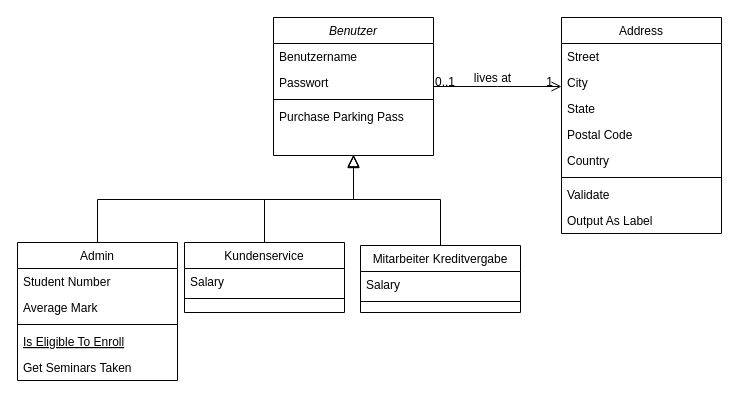
Above: page "Technischer Entwurf" (5 of 5) of Datenmodell.drawio in JaSc2912/VerteilteAnwendungen (draw.io), before the change. Source tidied: cells renumbered, new cells numbered last; positions are measured from the earlier drawing's top-left corner, leaving out a move shared by most shapes. Both pictures are drawn from the tidied source at 100%, with x=0, y=0 at pixel (17, 17).
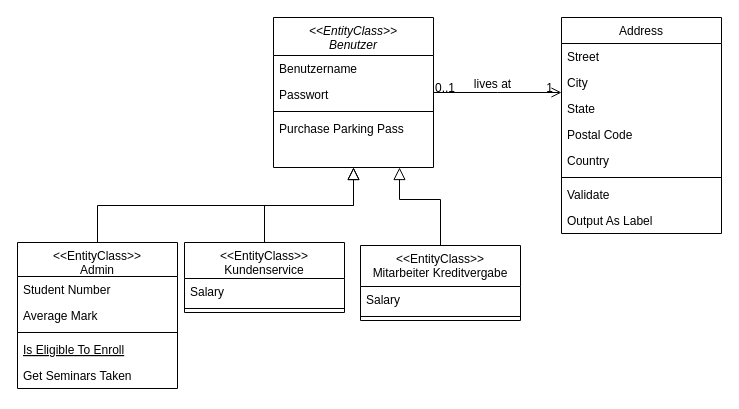
Above is the later version.

Diff of the diagram source:
```diff
@@
-    <mxCell id="2" value="Benutzer" style="swimlane;fontStyle=2;align=center;verticalAlign=top;horizontal=1;startSize=26;rounded=0;shadow=0;strokeWidth=1;" parent="1" vertex="1">
-      <mxGeometry x="256" width="160" height="138" as="geometry" />
+    <mxCell id="2" value="&lt;&lt;EntityClass&gt;&gt;&#10;Benutzer" style="swimlane;fontStyle=2;align=center;verticalAlign=top;horizontal=1;startSize=38;rounded=0;shadow=0;strokeWidth=1;" parent="1" vertex="1">
+      <mxGeometry x="256" width="160" height="150" as="geometry" />
     </mxCell>
     <mxCell id="3" value="Benutzername" style="text;align=left;verticalAlign=top;spacingLeft=4;spacingRight=4;overflow=hidden;" parent="2" vertex="1">
-      <mxGeometry y="26" width="160" height="26" as="geometry" />
+      <mxGeometry y="38" width="160" height="26" as="geometry" />
     </mxCell>
     <mxCell id="4" value="Passwort" style="text;align=left;verticalAlign=top;spacingLeft=4;spacingRight=4;overflow=hidden;rounded=0;shadow=0;html=0;" parent="2" vertex="1">
-      <mxGeometry y="52" width="160" height="26" as="geometry" />
+      <mxGeometry y="64" width="160" height="26" as="geometry" />
     </mxCell>
     <mxCell id="5" style="line;html=1;strokeWidth=1;align=left;verticalAlign=middle;spacingTop=-1;spacingLeft=3;spacingRight=3;labelPosition=right;" parent="2" vertex="1">
-      <mxGeometry y="78" width="160" height="8" as="geometry" />
+      <mxGeometry y="90" width="160" height="8" as="geometry" />
     </mxCell>
     <mxCell id="6" value="Purchase Parking Pass" style="text;align=left;verticalAlign=top;spacingLeft=4;spacingRight=4;overflow=hidden;" parent="2" vertex="1">
-      <mxGeometry y="86" width="160" height="26" as="geometry" />
+      <mxGeometry y="98" width="160" height="26" as="geometry" />
     </mxCell>
-    <mxCell id="7" value="Admin" style="swimlane;fontStyle=0;align=center;verticalAlign=top;horizontal=1;startSize=26;rounded=0;shadow=0;strokeWidth=1;" parent="1" vertex="1">
-      <mxGeometry y="225" width="160" height="138" as="geometry" />
+    <mxCell id="7" value="&lt;&lt;EntityClass&gt;&gt;&#10;Admin" style="swimlane;fontStyle=0;align=center;verticalAlign=top;horizontal=1;startSize=34;rounded=0;shadow=0;strokeWidth=1;" parent="1" vertex="1">
+      <mxGeometry y="225" width="160" height="146" as="geometry" />
     </mxCell>
     <mxCell id="8" value="Student Number" style="text;align=left;verticalAlign=top;spacingLeft=4;spacingRight=4;overflow=hidden;" parent="7" vertex="1">
-      <mxGeometry y="26" width="160" height="26" as="geometry" />
+      <mxGeometry y="34" width="160" height="26" as="geometry" />
     </mxCell>
     <mxCell id="9" value="Average Mark" style="text;align=left;verticalAlign=top;spacingLeft=4;spacingRight=4;overflow=hidden;rounded=0;shadow=0;html=0;" parent="7" vertex="1">
-      <mxGeometry y="52" width="160" height="26" as="geometry" />
+      <mxGeometry y="60" width="160" height="26" as="geometry" />
     </mxCell>
     <mxCell id="10" style="line;html=1;strokeWidth=1;align=left;verticalAlign=middle;spacingTop=-1;spacingLeft=3;spacingRight=3;labelPosition=right;" parent="7" vertex="1">
-      <mxGeometry y="78" width="160" height="8" as="geometry" />
+      <mxGeometry y="86" width="160" height="8" as="geometry" />
     </mxCell>
     <mxCell id="11" value="Is Eligible To Enroll" style="text;align=left;verticalAlign=top;spacingLeft=4;spacingRight=4;overflow=hidden;fontStyle=4;" parent="7" vertex="1">
-      <mxGeometry y="86" width="160" height="26" as="geometry" />
+      <mxGeometry y="94" width="160" height="26" as="geometry" />
     </mxCell>
     <mxCell id="12" value="Get Seminars Taken" style="text;align=left;verticalAlign=top;spacingLeft=4;spacingRight=4;overflow=hidden;" parent="7" vertex="1">
-      <mxGeometry y="112" width="160" height="26" as="geometry" />
+      <mxGeometry y="120" width="160" height="26" as="geometry" />
     </mxCell>
@@
-    <mxCell id="14" value="Kundenservice" style="swimlane;fontStyle=0;align=center;verticalAlign=top;horizontal=1;startSize=26;rounded=0;shadow=0;strokeWidth=1;" parent="1" vertex="1">
+    <mxCell id="14" value="&lt;&lt;EntityClass&gt;&gt;&#10;Kundenservice" style="swimlane;fontStyle=0;align=center;verticalAlign=top;horizontal=1;startSize=36;rounded=0;shadow=0;strokeWidth=1;" parent="1" vertex="1">
       <mxGeometry x="167" y="225" width="160" height="70" as="geometry" />
     </mxCell>
     <mxCell id="15" value="Salary" style="text;align=left;verticalAlign=top;spacingLeft=4;spacingRight=4;overflow=hidden;" parent="14" vertex="1">
-      <mxGeometry y="26" width="160" height="26" as="geometry" />
+      <mxGeometry y="36" width="160" height="26" as="geometry" />
     </mxCell>
     <mxCell id="16" style="line;html=1;strokeWidth=1;align=left;verticalAlign=middle;spacingTop=-1;spacingLeft=3;spacingRight=3;labelPosition=right;" parent="14" vertex="1">
-      <mxGeometry y="52" width="160" height="8" as="geometry" />
+      <mxGeometry y="62" width="160" height="8" as="geometry" />
     </mxCell>
@@
-    <mxCell id="31" value="Mitarbeiter Kreditvergabe" style="swimlane;fontStyle=0;align=center;verticalAlign=top;horizontal=1;startSize=26;rounded=0;shadow=0;strokeWidth=1;" parent="1" vertex="1">
-      <mxGeometry x="343" y="228" width="160" height="67" as="geometry" />
+    <mxCell id="31" value="&lt;&lt;EntityClass&gt;&gt;&#10;Mitarbeiter Kreditvergabe" style="swimlane;fontStyle=0;align=center;verticalAlign=top;horizontal=1;startSize=41;rounded=0;shadow=0;strokeWidth=1;" parent="1" vertex="1">
+      <mxGeometry x="343" y="228" width="160" height="75" as="geometry" />
     </mxCell>
     <mxCell id="32" value="Salary" style="text;align=left;verticalAlign=top;spacingLeft=4;spacingRight=4;overflow=hidden;" parent="31" vertex="1">
-      <mxGeometry y="26" width="160" height="26" as="geometry" />
+      <mxGeometry y="41" width="160" height="26" as="geometry" />
     </mxCell>
     <mxCell id="33" style="line;html=1;strokeWidth=1;align=left;verticalAlign=middle;spacingTop=-1;spacingLeft=3;spacingRight=3;labelPosition=right;" parent="31" vertex="1">
-      <mxGeometry y="52" width="160" height="8" as="geometry" />
+      <mxGeometry y="67" width="160" height="8" as="geometry" />
     </mxCell>
-    <mxCell id="34" style="endArrow=block;endSize=10;endFill=0;shadow=0;strokeWidth=1;rounded=0;curved=0;edgeStyle=elbowEdgeStyle;elbow=vertical;fontSize=12;exitX=0.5;exitY=0;exitDx=0;exitDy=0;" parent="1" edge="1" source="31">
+    <mxCell id="34" style="endArrow=block;endSize=10;endFill=0;shadow=0;strokeWidth=1;rounded=0;curved=0;edgeStyle=elbowEdgeStyle;elbow=vertical;fontSize=12;exitX=0.5;exitY=0;exitDx=0;exitDy=0;" parent="1" edge="1" source="31" target="2">
       <mxGeometry relative="1" as="geometry">
-        <mxPoint x="336" y="137" as="targetPoint" />
         <Array as="points">
           <mxPoint x="382" y="182" />
         </Array>
       </mxGeometry>
     </mxCell>
```
